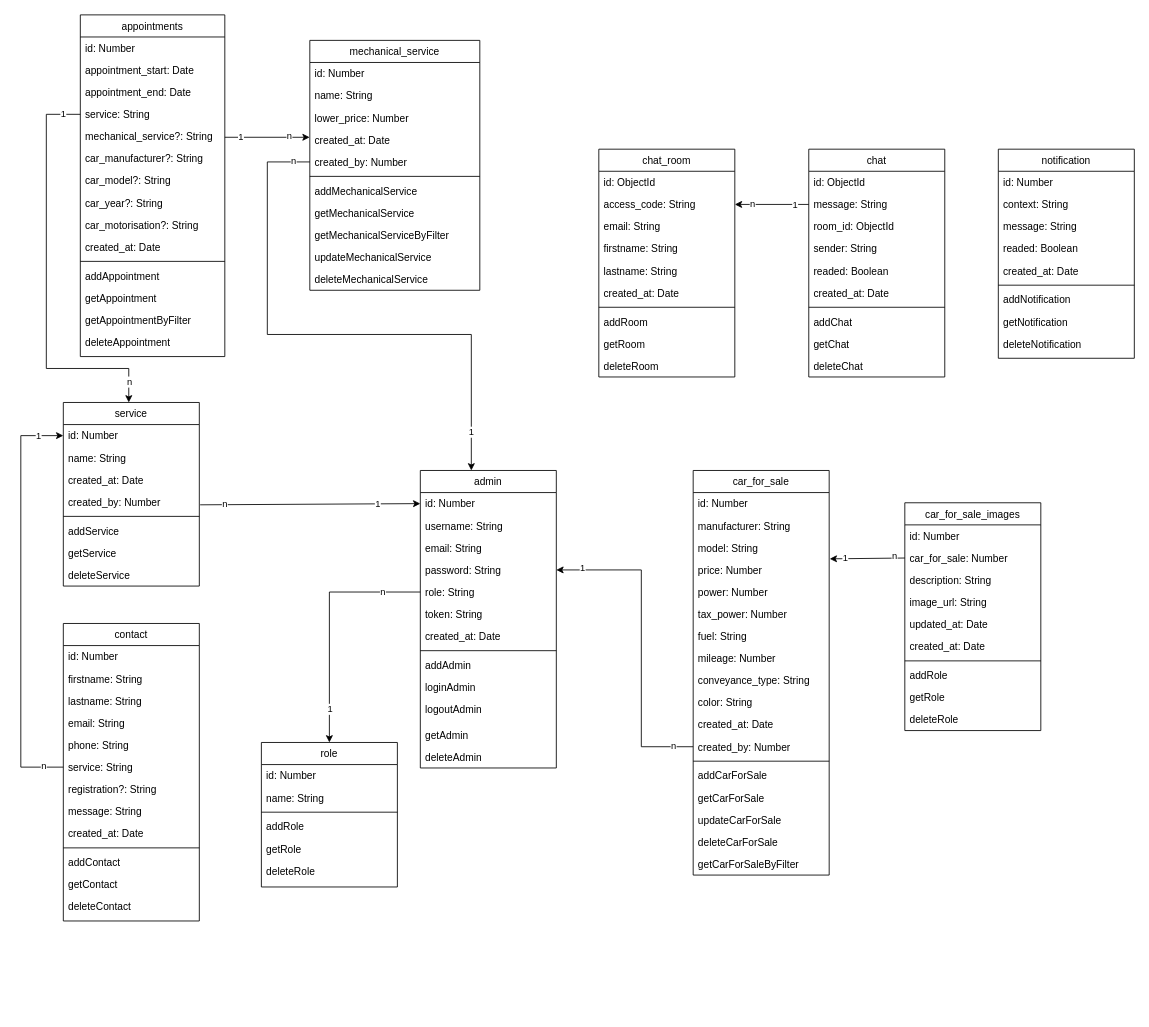
Before: documentation/hephaistos-MCD.drawio in nsevendev/hephaistos, a draw.io diagram. Source tidied: cells renumbered, new cells numbered last; positions are measured from the earlier drawing's top-left corner, leaving out a move shared by most shapes. Both pictures are drawn from the tidied source at 85%, with x=0, y=0 at pixel (20, 14).
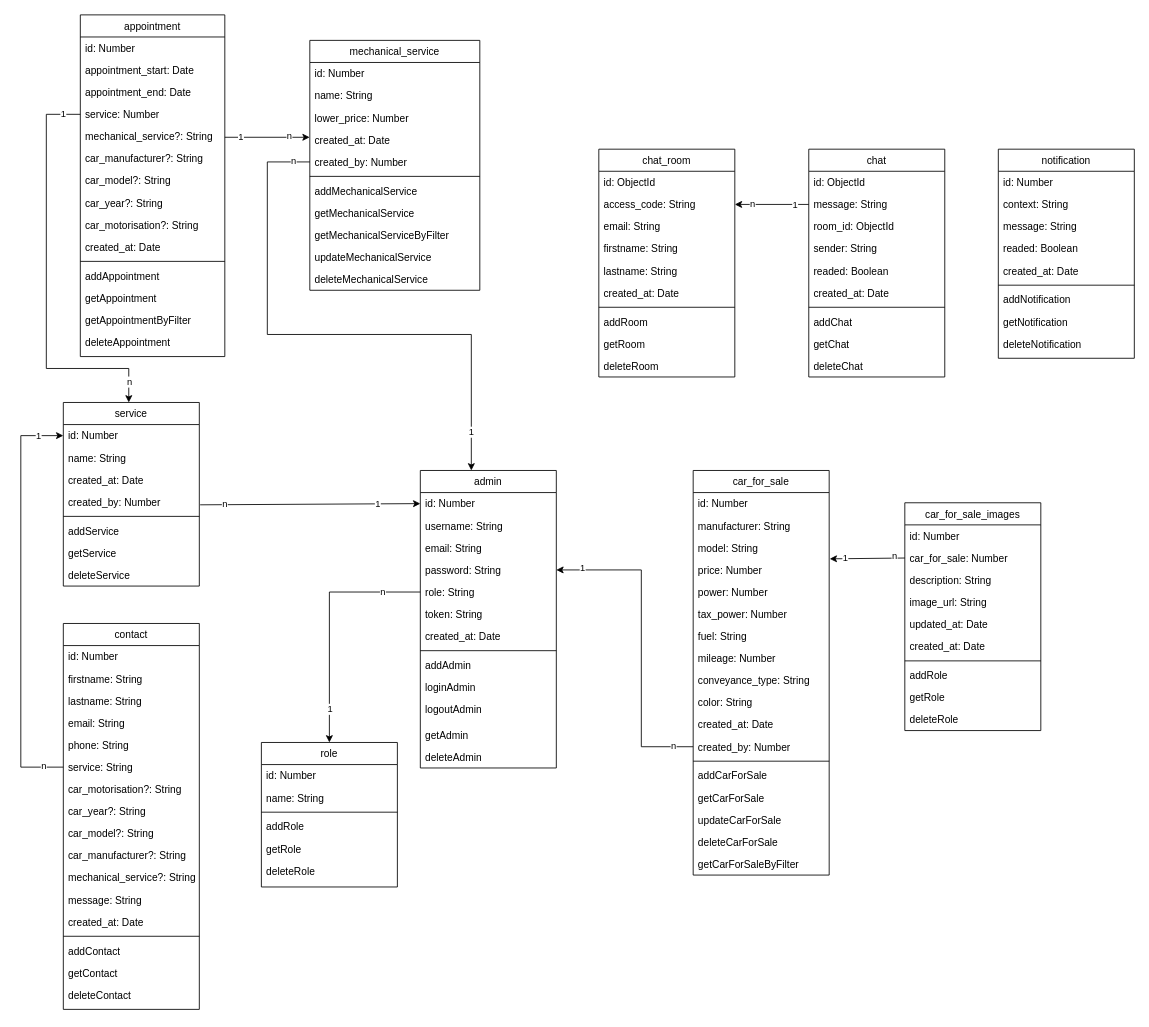
Above is the later version.

Commit message:
modification schema contact

What changed in the source:
```diff
@@
     <mxCell id="72" value="contact" style="swimlane;fontStyle=0;align=center;verticalAlign=top;horizontal=1;startSize=26;rounded=0;shadow=0;strokeWidth=1;" parent="1" vertex="1">
-      <mxGeometry x="50" y="716" width="160" height="350" as="geometry" />
+      <mxGeometry x="50" y="716" width="160" height="454" as="geometry" />
     </mxCell>
@@
-    <mxCell id="79" value="registration?: String" style="text;align=left;verticalAlign=top;spacingLeft=4;spacingRight=4;overflow=hidden;" parent="72" vertex="1">
-      <mxGeometry y="182" width="160" height="26" as="geometry" />
-    </mxCell>
+    <mxCell id="163" value="car_motorisation?: String" style="text;align=left;verticalAlign=top;spacingLeft=4;spacingRight=4;overflow=hidden;" parent="72" vertex="1">
+      <mxGeometry y="182" width="160" height="26" as="geometry" />
+    </mxCell>
+    <mxCell id="164" value="car_year?: String" style="text;align=left;verticalAlign=top;spacingLeft=4;spacingRight=4;overflow=hidden;" parent="72" vertex="1">
+      <mxGeometry y="208" width="160" height="26" as="geometry" />
+    </mxCell>
+    <mxCell id="165" value="car_model?: String" style="text;align=left;verticalAlign=top;spacingLeft=4;spacingRight=4;overflow=hidden;" parent="72" vertex="1">
+      <mxGeometry y="234" width="160" height="26" as="geometry" />
+    </mxCell>
+    <mxCell id="166" value="car_manufacturer?: String" style="text;align=left;verticalAlign=top;spacingLeft=4;spacingRight=4;overflow=hidden;" parent="72" vertex="1">
+      <mxGeometry y="260" width="160" height="26" as="geometry" />
+    </mxCell>
+    <mxCell id="167" value="mechanical_service?: String" style="text;align=left;verticalAlign=top;spacingLeft=4;spacingRight=4;overflow=hidden;" parent="72" vertex="1">
+      <mxGeometry y="286" width="160" height="26" as="geometry" />
+    </mxCell>
     <mxCell id="80" value="message: String" style="text;align=left;verticalAlign=top;spacingLeft=4;spacingRight=4;overflow=hidden;" parent="72" vertex="1">
-      <mxGeometry y="208" width="160" height="26" as="geometry" />
+      <mxGeometry y="312" width="160" height="26" as="geometry" />
     </mxCell>
     <mxCell id="81" value="created_at: Date" style="text;align=left;verticalAlign=top;spacingLeft=4;spacingRight=4;overflow=hidden;" parent="72" vertex="1">
-      <mxGeometry y="234" width="160" height="26" as="geometry" />
+      <mxGeometry y="338" width="160" height="26" as="geometry" />
     </mxCell>
     <mxCell id="82" style="line;html=1;strokeWidth=1;align=left;verticalAlign=middle;spacingTop=-1;spacingLeft=3;spacingRight=3;labelPosition=right;" parent="72" vertex="1">
-      <mxGeometry y="260" width="160" height="8" as="geometry" />
+      <mxGeometry y="364" width="160" height="8" as="geometry" />
     </mxCell>
     <mxCell id="83" value="addContact" style="text;align=left;verticalAlign=top;spacingLeft=4;spacingRight=4;overflow=hidden;" parent="72" vertex="1">
-      <mxGeometry y="268" width="160" height="26" as="geometry" />
+      <mxGeometry y="372" width="160" height="26" as="geometry" />
     </mxCell>
     <mxCell id="84" value="getContact" style="text;align=left;verticalAlign=top;spacingLeft=4;spacingRight=4;overflow=hidden;" parent="72" vertex="1">
-      <mxGeometry y="294" width="160" height="26" as="geometry" />
+      <mxGeometry y="398" width="160" height="26" as="geometry" />
     </mxCell>
     <mxCell id="85" value="deleteContact" style="text;align=left;verticalAlign=top;spacingLeft=4;spacingRight=4;overflow=hidden;" parent="72" vertex="1">
-      <mxGeometry y="320" width="160" height="30" as="geometry" />
+      <mxGeometry y="424" width="160" height="30" as="geometry" />
     </mxCell>
@@
-    <mxCell id="109" value="appointments" style="swimlane;fontStyle=0;align=center;verticalAlign=top;horizontal=1;startSize=26;rounded=0;shadow=0;strokeWidth=1;" parent="1" vertex="1">
+    <mxCell id="109" value="appointment" style="swimlane;fontStyle=0;align=center;verticalAlign=top;horizontal=1;startSize=26;rounded=0;shadow=0;strokeWidth=1;" parent="1" vertex="1">
       <mxGeometry x="70" width="170" height="402" as="geometry" />
     </mxCell>
@@
-    <mxCell id="113" value="service: String" style="text;align=left;verticalAlign=top;spacingLeft=4;spacingRight=4;overflow=hidden;points=[[0,0.5],[1,0.5]];portConstraint=eastwest;" parent="109" vertex="1">
+    <mxCell id="113" value="service: Number" style="text;align=left;verticalAlign=top;spacingLeft=4;spacingRight=4;overflow=hidden;points=[[0,0.5],[1,0.5]];portConstraint=eastwest;" parent="109" vertex="1">
       <mxGeometry y="104" width="170" height="26" as="geometry" />
     </mxCell>
```
